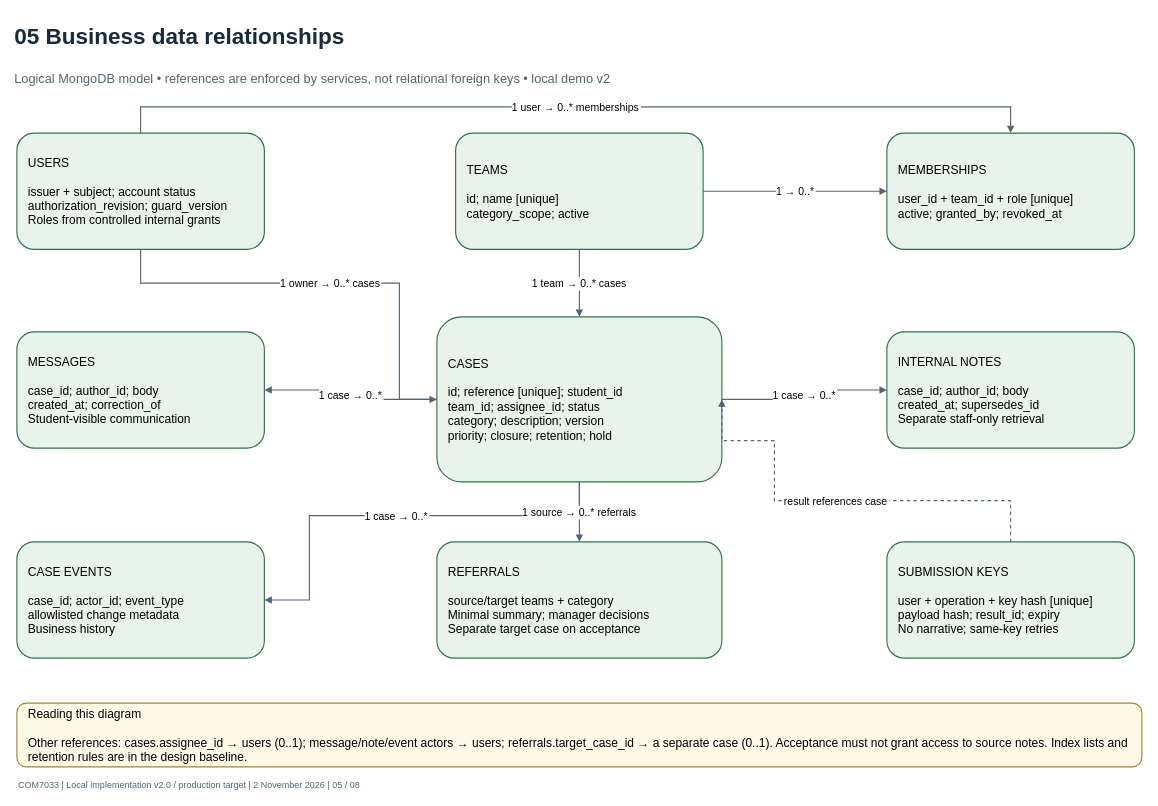
JEGSON/student-support-system keeps this draw.io diagram as page "05 Business data relationships" (5 of 8) of docs/architecture/student-support-architecture.drawio. Above is the earlier version. Source tidied: cells renumbered, new cells numbered last; positions are measured from the earlier drawing's top-left corner, leaving out a move shared by most shapes. Both pictures are drawn from the tidied source at 75%, with x=0, y=0 at pixel (13, 13).
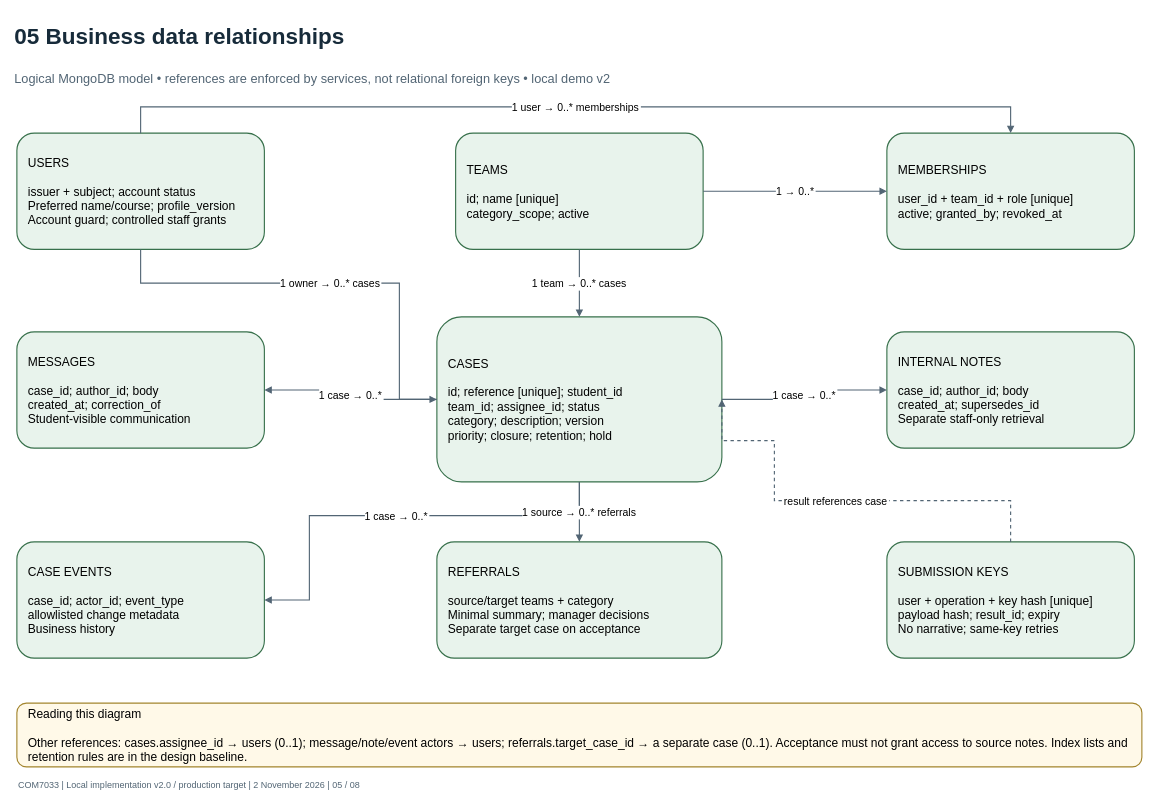
The same page after the edit.

Change to the diagram source:
```diff
@@
-    <mxCell id="4" value="USERS&#10;&#10;issuer + subject; account status&#10;authorization_revision; guard_version&#10;Roles from controlled internal grants" style="rounded=1;html=0;whiteSpace=wrap;align=left;verticalAlign=middle;spacing=15;fontSize=16;fillColor=#e8f3ec;strokeColor=#37704b;strokeWidth=1.5;" parent="1" vertex="1">
+    <mxCell id="4" value="USERS&#10;&#10;issuer + subject; account status&#10;Preferred name/course; profile_version&#10;Account guard; controlled staff grants" style="rounded=1;html=0;whiteSpace=wrap;align=left;verticalAlign=middle;spacing=15;fontSize=16;fillColor=#e8f3ec;strokeColor=#37704b;strokeWidth=1.5;" parent="1" vertex="1">
       <mxGeometry x="5" y="160" width="330" height="155" as="geometry" />
     </mxCell>
```
